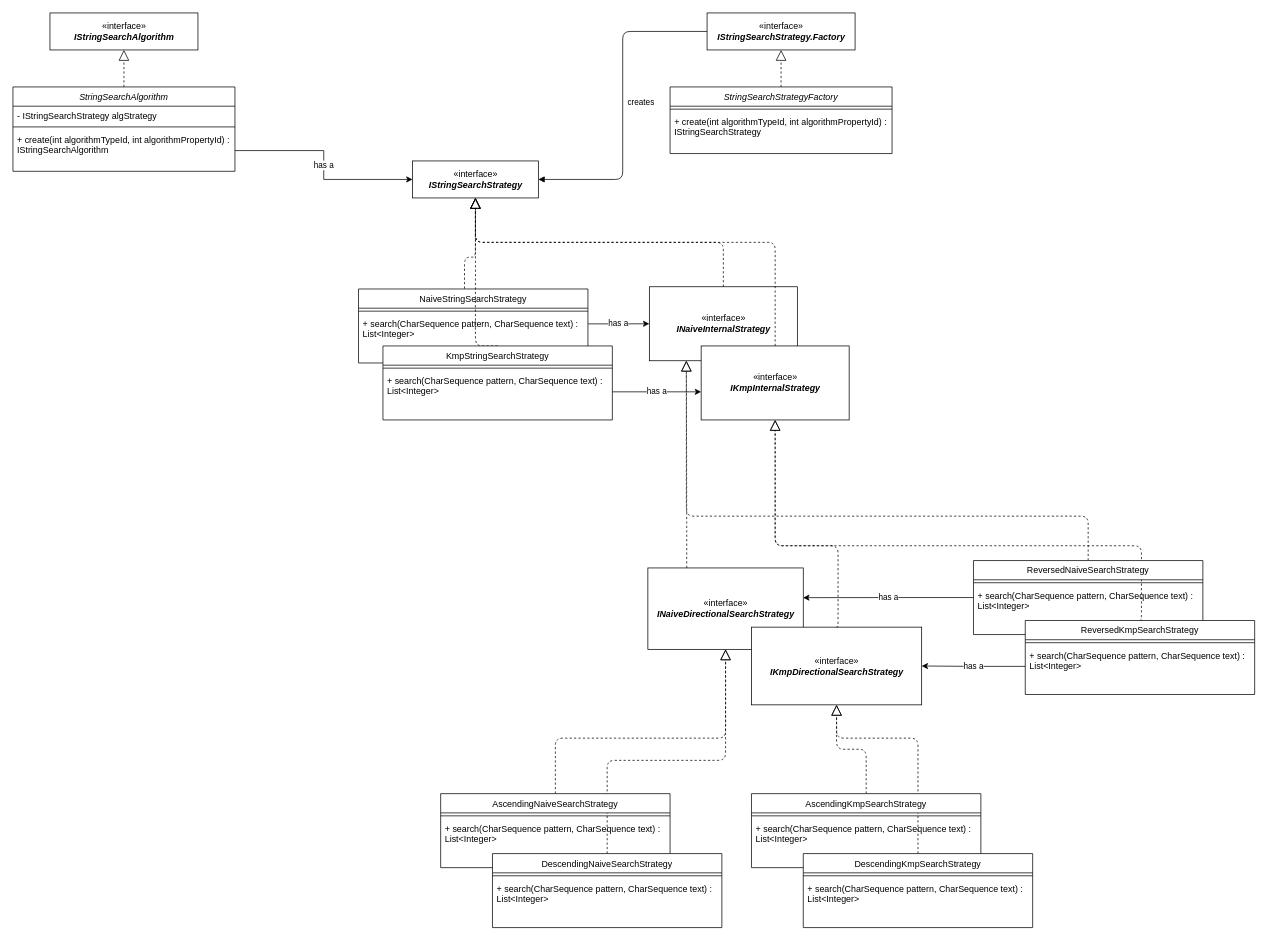
Above: server/umls/algorithms_UML.drawio in cohenItay/Client-Server-project (draw.io), before the change. Source tidied: cells renumbered, new cells numbered last; positions are measured from the earlier drawing's top-left corner, leaving out a move shared by most shapes. Both pictures are drawn from the tidied source at 74%, with x=0, y=0 at pixel (13, 13).
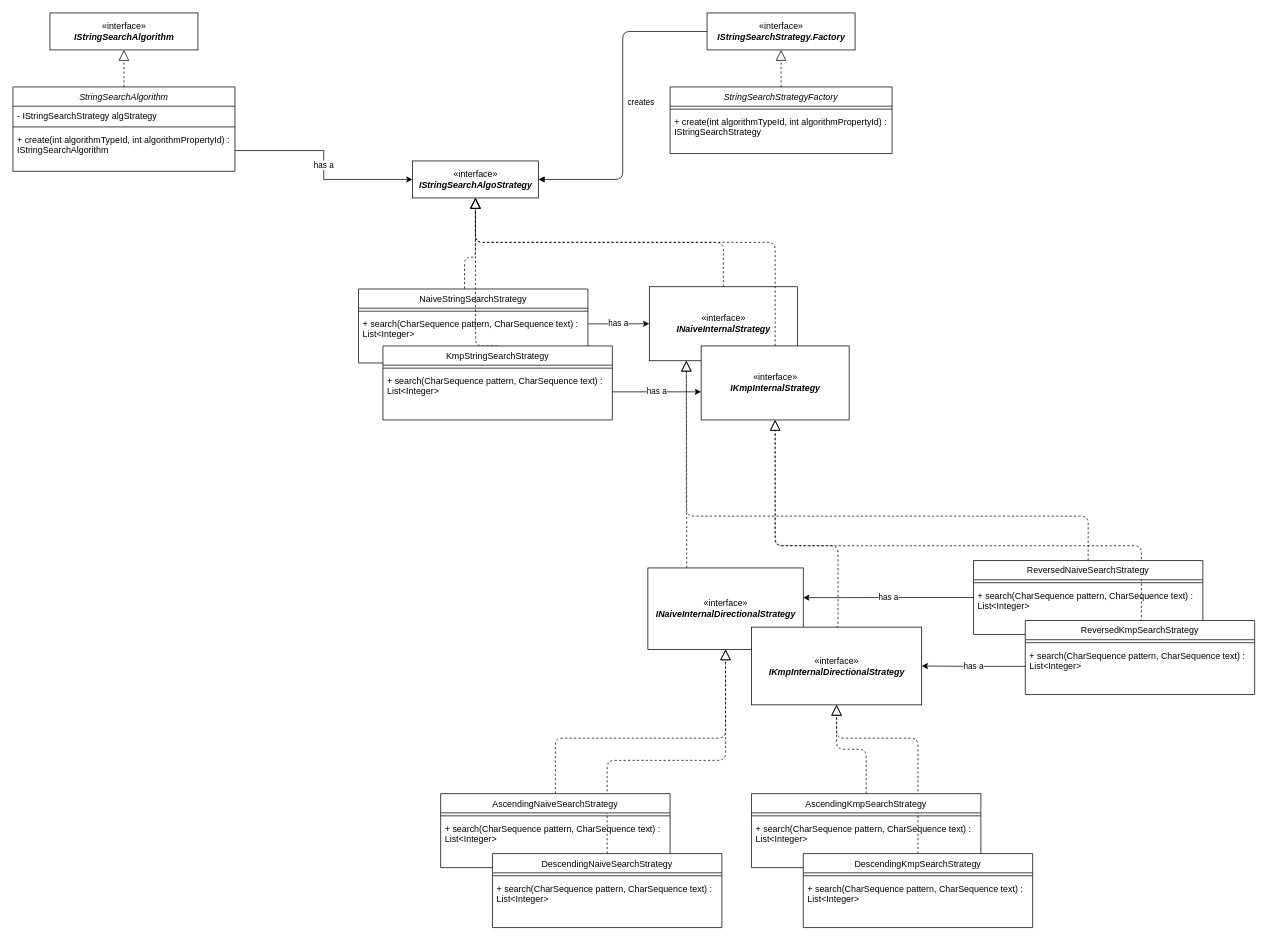
The same diagram, later.

Change to the diagram source:
```diff
@@
-    <mxCell id="3" value="«interface»&lt;br&gt;&lt;b style=&quot;font-style: italic&quot;&gt;IStringSearchStrategy&lt;/b&gt;" style="html=1;" parent="1" vertex="1">
+    <mxCell id="3" value="«interface»&lt;br&gt;&lt;b style=&quot;font-style: italic&quot;&gt;IStringSearchAlgoStrategy&lt;/b&gt;" style="html=1;" parent="1" vertex="1">
       <mxGeometry x="540" y="200" width="170" height="50" as="geometry" />
     </mxCell>
@@
-    <mxCell id="9" value="«interface»&lt;br&gt;&lt;b&gt;&lt;i&gt;INaiveDirectionalSearchStrategy&lt;/i&gt;&lt;/b&gt;" style="html=1;" parent="1" vertex="1">
+    <mxCell id="9" value="«interface»&lt;br&gt;&lt;b&gt;&lt;i&gt;INaiveInternalDirectionalStrategy&lt;/i&gt;&lt;/b&gt;" style="html=1;" parent="1" vertex="1">
       <mxGeometry x="858" y="750" width="210" height="110" as="geometry" />
     </mxCell>
-    <mxCell id="10" value="«interface»&lt;br&gt;&lt;b&gt;&lt;i&gt;IKmpDirectionalSearchStrategy&lt;/i&gt;&lt;/b&gt;" style="html=1;" parent="1" vertex="1">
+    <mxCell id="10" value="«interface»&lt;br&gt;&lt;b&gt;&lt;i&gt;IKmpInternalDirectionalStrategy&lt;/i&gt;&lt;/b&gt;" style="html=1;" parent="1" vertex="1">
       <mxGeometry x="998" y="830" width="230" height="105" as="geometry" />
     </mxCell>
```
